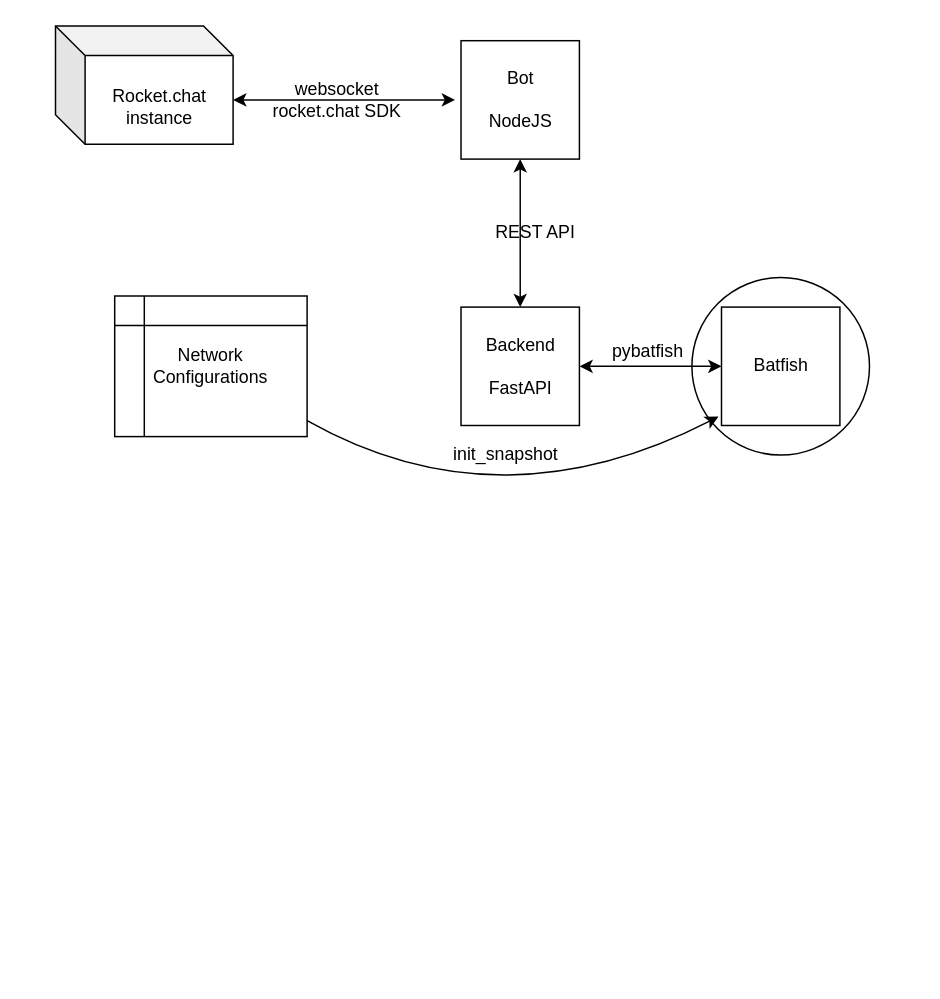
Earlier version of the draw.io diagram docs/rocket.bot.architecture.drawio (idqdq/rocket.bot). Source tidied: cells renumbered, new cells numbered last; positions are measured from the earlier drawing's top-left corner, leaving out a move shared by most shapes. Both pictures are drawn from the tidied source at 148%, with x=0, y=0 at pixel (55, 25).
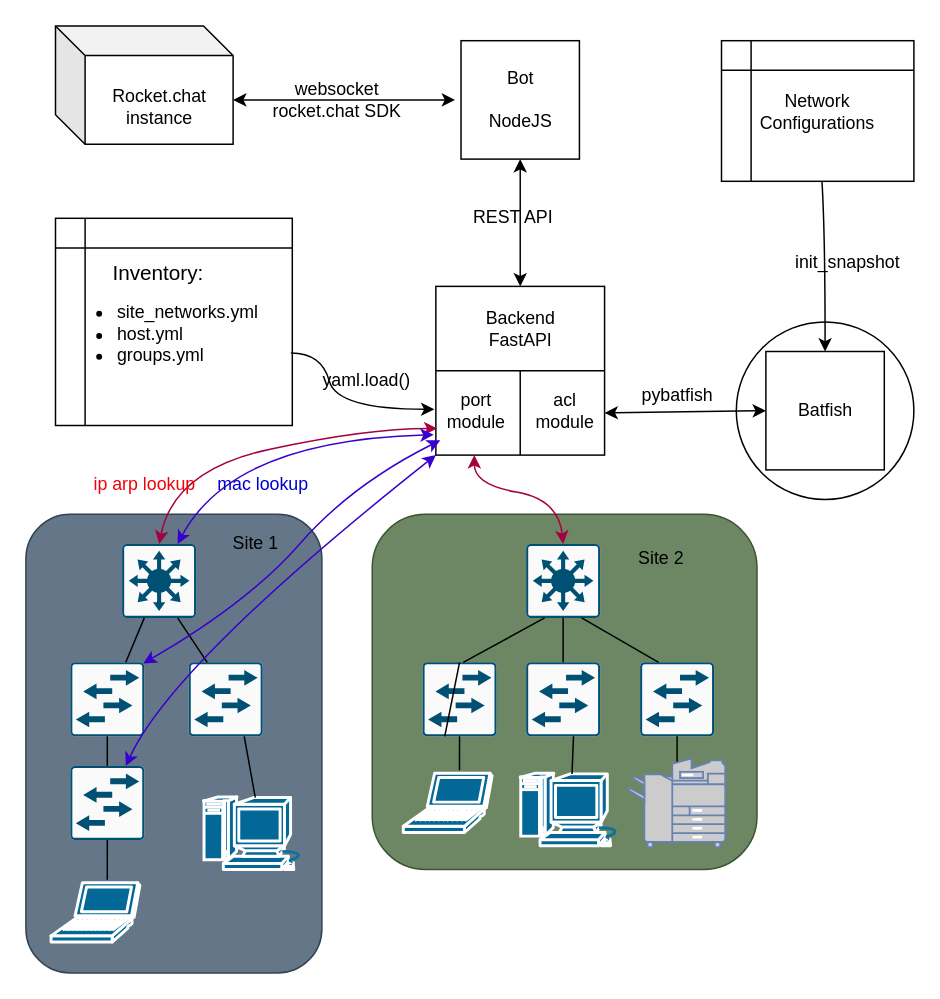
The same page after the edit.

The edit, as a diff of the source:
```diff
@@
     <mxCell id="2" style="ellipse;whiteSpace=wrap;html=1;" parent="1" vertex="1">
-      <mxGeometry x="430" y="170" width="120" height="120" as="geometry" />
+      <mxGeometry x="460" y="200" width="120" height="120" as="geometry" />
     </mxCell>
@@
     <mxCell id="4" style="whiteSpace=wrap;html=1;" parent="1" vertex="1">
-      <mxGeometry x="274" y="190" width="80" height="80" as="geometry" />
+      <mxGeometry x="257" y="176" width="114" height="114" as="geometry" />
     </mxCell>
     <mxCell id="5" style="whiteSpace=wrap;html=1;" parent="1" vertex="1">
-      <mxGeometry x="450" y="190" width="80" height="80" as="geometry" />
+      <mxGeometry x="480" y="220" width="80" height="80" as="geometry" />
     </mxCell>
@@
-    <mxCell id="7" value="&lt;div&gt;Backend&lt;/div&gt;&lt;div&gt;&lt;br&gt;&lt;/div&gt;&lt;div&gt;FastAPI&lt;br&gt;&lt;/div&gt;" style="text;html=1;align=center;verticalAlign=middle;fillColor=none;strokeColor=none;rounded=0;" parent="1" vertex="1">
-      <mxGeometry x="284" y="205" width="60" height="50" as="geometry" />
+    <mxCell id="7" value="&lt;div&gt;Backend&lt;/div&gt;&lt;div&gt;FastAPI&lt;br&gt;&lt;/div&gt;" style="text;html=1;align=center;verticalAlign=middle;fillColor=none;strokeColor=none;rounded=0;" parent="1" vertex="1">
+      <mxGeometry x="284" y="190" width="60" height="30" as="geometry" />
     </mxCell>
     <mxCell id="8" value="Batfish" style="text;html=1;align=center;verticalAlign=middle;fillColor=none;strokeColor=none;rounded=0;" parent="1" vertex="1">
-      <mxGeometry x="465" y="220" width="50" height="20" as="geometry" />
+      <mxGeometry x="495" y="250" width="50" height="20" as="geometry" />
     </mxCell>
     <mxCell id="9" value="&lt;div&gt;Network&lt;/div&gt;&lt;div&gt;Configurations&lt;br&gt;&lt;/div&gt;" style="shape=internalStorage;whiteSpace=wrap;html=1;backgroundOutline=1;" parent="1" vertex="1">
-      <mxGeometry x="40" y="182.5" width="130" height="95" as="geometry" />
+      <mxGeometry x="450" y="10" width="130" height="95" as="geometry" />
     </mxCell>
@@
-    <mxCell id="12" value="&lt;div&gt;REST API&lt;br&gt;&lt;/div&gt;" style="text;html=1;align=center;verticalAlign=middle;fillColor=none;strokeColor=none;rounded=0;" parent="1" vertex="1">
-      <mxGeometry x="289" y="130" width="70" height="20" as="geometry" />
-    </mxCell>
@@
-    <mxCell id="14" style="endArrow=classic;startArrow=classic;html=1;entryX=0;entryY=0.5;entryDx=0;entryDy=0;" parent="1" edge="1" source="4" target="5">
+    <mxCell id="14" style="endArrow=classic;startArrow=classic;html=1;entryX=0;entryY=0.5;entryDx=0;entryDy=0;exitX=1;exitY=0.75;exitDx=0;exitDy=0;" parent="1" edge="1" source="4" target="5">
       <mxGeometry relative="1" as="geometry" />
     </mxCell>
     <mxCell id="15" value="pybatfish" style="text;html=1;align=center;verticalAlign=middle;fillColor=none;strokeColor=none;rounded=0;" parent="1" vertex="1">
-      <mxGeometry x="370" y="210" width="60" height="20" as="geometry" />
+      <mxGeometry x="390" y="240" width="60" height="20" as="geometry" />
     </mxCell>
-    <mxCell id="16" style="curved=1;endArrow=classic;html=1;entryX=-0.025;entryY=0.925;entryDx=0;entryDy=0;entryPerimeter=0;" parent="1" edge="1" source="9" target="5">
+    <mxCell id="16" style="curved=1;endArrow=classic;html=1;entryX=0.5;entryY=0;entryDx=0;entryDy=0;" parent="1" edge="1" source="9" target="5">
       <mxGeometry relative="1" as="geometry">
         <Array as="points">
-          <mxPoint x="300" y="340" />
+          <mxPoint x="520" y="140" />
         </Array>
       </mxGeometry>
     </mxCell>
-    <mxCell id="17" value="init_snapshot" style="text;html=1;align=center;verticalAlign=middle;fillColor=none;strokeColor=none;rounded=0;" parent="1" vertex="1">
-      <mxGeometry x="259" y="280" width="90" height="20" as="geometry" />
+    <mxCell id="17" value="init_snapshot" style="text;html=1;align=center;verticalAlign=middle;rounded=0;rotation=0;" parent="1" vertex="1">
+      <mxGeometry x="490" y="150" width="90" height="20" as="geometry" />
     </mxCell>
@@
+    <mxCell id="20" style="endArrow=none;html=1;entryX=1;entryY=0.5;entryDx=0;entryDy=0;exitX=0;exitY=0.5;exitDx=0;exitDy=0;" parent="1" edge="1" source="4" target="4">
+      <mxGeometry relative="1" as="geometry" />
+    </mxCell>
+    <mxCell id="21" style="endArrow=none;html=1;entryX=0.5;entryY=1;entryDx=0;entryDy=0;" parent="1" edge="1" target="4">
+      <mxGeometry relative="1" as="geometry">
+        <mxPoint x="314" y="233" as="sourcePoint" />
+      </mxGeometry>
+    </mxCell>
+    <mxCell id="22" value="&lt;div&gt;port&lt;/div&gt;&lt;div&gt;module&lt;/div&gt;" style="text;html=1;align=center;verticalAlign=middle;points=[];fillColor=none;strokeColor=none;rounded=0;" parent="1" vertex="1">
+      <mxGeometry x="259" y="245" width="50" height="30" as="geometry" />
+    </mxCell>
+    <mxCell id="23" value="acl&lt;br&gt;module" style="text;html=1;align=center;verticalAlign=middle;fillColor=none;strokeColor=none;rounded=0;" parent="1" vertex="1">
+      <mxGeometry x="319" y="245" width="50" height="30" as="geometry" />
+    </mxCell>
+    <mxCell id="24" value="&lt;div&gt;&lt;div style=&quot;text-align: center&quot;&gt;&lt;span&gt;&lt;font style=&quot;font-size: 14px&quot;&gt;Inventory:&lt;/font&gt;&lt;/span&gt;&lt;/div&gt;&lt;ul&gt;&lt;li&gt;&lt;span&gt;site_networks.yml&lt;/span&gt;&lt;/li&gt;&lt;li&gt;&lt;span&gt;host.yml&lt;/span&gt;&lt;/li&gt;&lt;li&gt;&lt;span&gt;groups.yml&lt;/span&gt;&lt;/li&gt;&lt;/ul&gt;&lt;/div&gt;" style="shape=internalStorage;whiteSpace=wrap;html=1;backgroundOutline=1;align=left;" parent="1" vertex="1">
+      <mxGeometry y="130" width="160" height="140" as="geometry" />
+    </mxCell>
+    <mxCell id="12" value="&lt;div&gt;REST API&lt;br&gt;&lt;/div&gt;" style="text;html=1;align=center;verticalAlign=middle;fillColor=none;strokeColor=none;rounded=0;" parent="1" vertex="1">
+      <mxGeometry x="274" y="120" width="70" height="20" as="geometry" />
+    </mxCell>
+    <mxCell id="25" style="curved=1;endArrow=classic;html=1;entryX=-0.06;entryY=0.467;entryDx=0;entryDy=0;exitX=0.994;exitY=0.65;exitDx=0;exitDy=0;entryPerimeter=0;exitPerimeter=0;" parent="1" edge="1" source="24" target="22">
+      <mxGeometry relative="1" as="geometry">
+        <Array as="points">
+          <mxPoint x="180" y="221" />
+          <mxPoint x="190" y="259" />
+        </Array>
+      </mxGeometry>
+    </mxCell>
+    <mxCell id="26" style="group;" parent="1" vertex="1">
+      <mxGeometry x="214" y="330" width="260" height="240" as="geometry" />
+    </mxCell>
+    <mxCell id="27" style="rounded=1;whiteSpace=wrap;html=1;fillColor=#6d8764;strokeColor=#3A5431;fontColor=#ffffff;" parent="26" vertex="1">
+      <mxGeometry width="260" height="240" as="geometry" />
+    </mxCell>
+    <mxCell id="28" style="points=[[0.015,0.015,0],[0.985,0.015,0],[0.985,0.985,0],[0.015,0.985,0],[0.25,0,0],[0.5,0,0],[0.75,0,0],[1,0.25,0],[1,0.5,0],[1,0.75,0],[0.75,1,0],[0.5,1,0],[0.25,1,0],[0,0.75,0],[0,0.5,0],[0,0.25,0]];verticalLabelPosition=bottom;html=1;verticalAlign=top;align=center;shape=mxgraph.cisco19.rect;prIcon=l3_switch;fillColor=#FAFAFA;strokeColor=#005073;" parent="26" vertex="1">
+      <mxGeometry x="104" y="20" width="50" height="50" as="geometry" />
+    </mxCell>
+    <mxCell id="29" style="points=[[0.015,0.015,0],[0.985,0.015,0],[0.985,0.985,0],[0.015,0.985,0],[0.25,0,0],[0.5,0,0],[0.75,0,0],[1,0.25,0],[1,0.5,0],[1,0.75,0],[0.75,1,0],[0.5,1,0],[0.25,1,0],[0,0.75,0],[0,0.5,0],[0,0.25,0]];verticalLabelPosition=bottom;html=1;verticalAlign=top;align=center;shape=mxgraph.cisco19.rect;prIcon=l2_switch;fillColor=#FAFAFA;strokeColor=#005073;" parent="26" vertex="1">
+      <mxGeometry x="104" y="100" width="50" height="50" as="geometry" />
+    </mxCell>
+    <mxCell id="30" style="points=[[0.015,0.015,0],[0.985,0.015,0],[0.985,0.985,0],[0.015,0.985,0],[0.25,0,0],[0.5,0,0],[0.75,0,0],[1,0.25,0],[1,0.5,0],[1,0.75,0],[0.75,1,0],[0.5,1,0],[0.25,1,0],[0,0.75,0],[0,0.5,0],[0,0.25,0]];verticalLabelPosition=bottom;html=1;verticalAlign=top;align=center;shape=mxgraph.cisco19.rect;prIcon=l2_switch;fillColor=#FAFAFA;strokeColor=#005073;" parent="26" vertex="1">
+      <mxGeometry x="34" y="100" width="50" height="50" as="geometry" />
+    </mxCell>
+    <mxCell id="31" style="shape=mxgraph.cisco.computers_and_peripherals.laptop;html=1;dashed=0;fillColor=#036897;strokeColor=#ffffff;strokeWidth=2;verticalLabelPosition=bottom;verticalAlign=top;" parent="26" vertex="1">
+      <mxGeometry x="21" y="175" width="60" height="40" as="geometry" />
+    </mxCell>
+    <mxCell id="32" style="shape=mxgraph.cisco.computers_and_peripherals.macintosh;html=1;dashed=0;fillColor=#036897;strokeColor=#ffffff;strokeWidth=2;verticalLabelPosition=bottom;verticalAlign=top;" parent="26" vertex="1">
+      <mxGeometry x="100" y="175" width="70" height="49" as="geometry" />
+    </mxCell>
+    <mxCell id="33" style="endArrow=none;html=1;entryX=0.5;entryY=0;entryDx=0;entryDy=0;entryPerimeter=0;exitX=0.5;exitY=1;exitDx=0;exitDy=0;exitPerimeter=0;" parent="26" edge="1" source="28" target="29">
+      <mxGeometry relative="1" as="geometry" />
+    </mxCell>
+    <mxCell id="34" style="endArrow=none;html=1;exitX=0.75;exitY=0;exitDx=0;exitDy=0;exitPerimeter=0;entryX=0.25;entryY=1;entryDx=0;entryDy=0;entryPerimeter=0;" parent="26" edge="1" target="28">
+      <mxGeometry relative="1" as="geometry">
+        <mxPoint x="61.5" y="100" as="sourcePoint" />
+      </mxGeometry>
+    </mxCell>
+    <mxCell id="35" style="endArrow=none;html=1;exitX=0.5;exitY=0.01;exitDx=0;exitDy=0;exitPerimeter=0;entryX=0.64;entryY=1;entryDx=0;entryDy=0;entryPerimeter=0;" parent="26" edge="1" source="32" target="29">
+      <mxGeometry relative="1" as="geometry" />
+    </mxCell>
+    <mxCell id="36" style="endArrow=none;html=1;entryX=0.5;entryY=1;entryDx=0;entryDy=0;entryPerimeter=0;exitX=0.5;exitY=0;exitDx=0;exitDy=0;exitPerimeter=0;" parent="26" edge="1" source="30">
+      <mxGeometry relative="1" as="geometry">
+        <mxPoint x="49" y="150" as="targetPoint" />
+      </mxGeometry>
+    </mxCell>
+    <mxCell id="37" style="endArrow=none;html=1;entryX=0.633;entryY=-0.05;entryDx=0;entryDy=0;entryPerimeter=0;exitX=0.5;exitY=1;exitDx=0;exitDy=0;exitPerimeter=0;" parent="26" edge="1" source="30" target="31">
+      <mxGeometry relative="1" as="geometry" />
+    </mxCell>
+    <mxCell id="38" value="&lt;div&gt;Site 2&lt;/div&gt;" style="text;html=1;align=center;verticalAlign=middle;fillColor=none;strokeColor=none;rounded=0;" parent="26" vertex="1">
+      <mxGeometry x="170" y="20" width="50" height="20" as="geometry" />
+    </mxCell>
+    <mxCell id="39" style="points=[[0.015,0.015,0],[0.985,0.015,0],[0.985,0.985,0],[0.015,0.985,0],[0.25,0,0],[0.5,0,0],[0.75,0,0],[1,0.25,0],[1,0.5,0],[1,0.75,0],[0.75,1,0],[0.5,1,0],[0.25,1,0],[0,0.75,0],[0,0.5,0],[0,0.25,0]];verticalLabelPosition=bottom;html=1;verticalAlign=top;align=center;shape=mxgraph.cisco19.rect;prIcon=l2_switch;fillColor=#FAFAFA;strokeColor=#005073;" parent="26" vertex="1">
+      <mxGeometry x="181" y="100" width="50" height="50" as="geometry" />
+    </mxCell>
+    <mxCell id="40" style="endArrow=none;html=1;exitX=0.5;exitY=0.04;exitDx=0;exitDy=0;exitPerimeter=0;entryX=0.5;entryY=1;entryDx=0;entryDy=0;entryPerimeter=0;" parent="26" edge="1" source="41" target="39">
+      <mxGeometry relative="1" as="geometry" />
+    </mxCell>
+    <mxCell id="41" style="fontColor=#0066CC;verticalAlign=top;verticalLabelPosition=bottom;labelPosition=center;align=center;html=1;outlineConnect=0;fillColor=#CCCCCC;strokeColor=#6881B3;gradientColor=none;gradientDirection=north;strokeWidth=2;shape=mxgraph.networks.copier;" parent="26" vertex="1">
+      <mxGeometry x="173.5" y="165" width="65" height="60" as="geometry" />
+    </mxCell>
+    <mxCell id="42" style="endArrow=none;html=1;exitX=0.75;exitY=1;exitDx=0;exitDy=0;exitPerimeter=0;entryX=0.25;entryY=0;entryDx=0;entryDy=0;entryPerimeter=0;" parent="26" edge="1" source="28" target="39">
+      <mxGeometry relative="1" as="geometry" />
+    </mxCell>
+    <mxCell id="43" style="group;" parent="1" vertex="1">
+      <mxGeometry x="-20" y="330" width="200" height="310" as="geometry" />
+    </mxCell>
+    <mxCell id="44" style="group;" parent="43" vertex="1">
+      <mxGeometry width="200" height="310" as="geometry" />
+    </mxCell>
+    <mxCell id="45" style="group;" parent="44" vertex="1">
+      <mxGeometry width="200" height="310" as="geometry" />
+    </mxCell>
+    <mxCell id="46" style="rounded=1;whiteSpace=wrap;html=1;fillColor=#647687;strokeColor=#314354;fontColor=#ffffff;" parent="45" vertex="1">
+      <mxGeometry width="200" height="310" as="geometry" />
+    </mxCell>
+    <mxCell id="47" style="points=[[0.015,0.015,0],[0.985,0.015,0],[0.985,0.985,0],[0.015,0.985,0],[0.25,0,0],[0.5,0,0],[0.75,0,0],[1,0.25,0],[1,0.5,0],[1,0.75,0],[0.75,1,0],[0.5,1,0],[0.25,1,0],[0,0.75,0],[0,0.5,0],[0,0.25,0]];verticalLabelPosition=bottom;html=1;verticalAlign=top;align=center;shape=mxgraph.cisco19.rect;prIcon=l3_switch;fillColor=#FAFAFA;strokeColor=#005073;" parent="45" vertex="1">
+      <mxGeometry x="65" y="20" width="50" height="50" as="geometry" />
+    </mxCell>
+    <mxCell id="48" style="points=[[0.015,0.015,0],[0.985,0.015,0],[0.985,0.985,0],[0.015,0.985,0],[0.25,0,0],[0.5,0,0],[0.75,0,0],[1,0.25,0],[1,0.5,0],[1,0.75,0],[0.75,1,0],[0.5,1,0],[0.25,1,0],[0,0.75,0],[0,0.5,0],[0,0.25,0]];verticalLabelPosition=bottom;html=1;verticalAlign=top;align=center;shape=mxgraph.cisco19.rect;prIcon=l2_switch;fillColor=#FAFAFA;strokeColor=#005073;" parent="45" vertex="1">
+      <mxGeometry x="30" y="100" width="50" height="50" as="geometry" />
+    </mxCell>
+    <mxCell id="49" style="points=[[0.015,0.015,0],[0.985,0.015,0],[0.985,0.985,0],[0.015,0.985,0],[0.25,0,0],[0.5,0,0],[0.75,0,0],[1,0.25,0],[1,0.5,0],[1,0.75,0],[0.75,1,0],[0.5,1,0],[0.25,1,0],[0,0.75,0],[0,0.5,0],[0,0.25,0]];verticalLabelPosition=bottom;html=1;verticalAlign=top;align=center;shape=mxgraph.cisco19.rect;prIcon=l2_switch;fillColor=#FAFAFA;strokeColor=#005073;" parent="45" vertex="1">
+      <mxGeometry x="110" y="100" width="50" height="50" as="geometry" />
+    </mxCell>
+    <mxCell id="50" style="points=[[0.015,0.015,0],[0.985,0.015,0],[0.985,0.985,0],[0.015,0.985,0],[0.25,0,0],[0.5,0,0],[0.75,0,0],[1,0.25,0],[1,0.5,0],[1,0.75,0],[0.75,1,0],[0.5,1,0],[0.25,1,0],[0,0.75,0],[0,0.5,0],[0,0.25,0]];verticalLabelPosition=bottom;html=1;verticalAlign=top;align=center;shape=mxgraph.cisco19.rect;prIcon=l2_switch;fillColor=#FAFAFA;strokeColor=#005073;" parent="45" vertex="1">
+      <mxGeometry x="30" y="170" width="50" height="50" as="geometry" />
+    </mxCell>
+    <mxCell id="51" style="shape=mxgraph.cisco.computers_and_peripherals.laptop;html=1;dashed=0;fillColor=#036897;strokeColor=#ffffff;strokeWidth=2;verticalLabelPosition=bottom;verticalAlign=top;" parent="45" vertex="1">
+      <mxGeometry x="17" y="249" width="60" height="40" as="geometry" />
+    </mxCell>
+    <mxCell id="52" style="shape=mxgraph.cisco.computers_and_peripherals.macintosh;html=1;dashed=0;fillColor=#036897;strokeColor=#ffffff;strokeWidth=2;verticalLabelPosition=bottom;verticalAlign=top;" parent="45" vertex="1">
+      <mxGeometry x="120" y="191" width="70" height="49" as="geometry" />
+    </mxCell>
+    <mxCell id="53" style="endArrow=none;html=1;entryX=0.25;entryY=0;entryDx=0;entryDy=0;entryPerimeter=0;exitX=0.75;exitY=1;exitDx=0;exitDy=0;exitPerimeter=0;" parent="45" edge="1" source="47" target="49">
+      <mxGeometry relative="1" as="geometry" />
+    </mxCell>
+    <mxCell id="54" style="endArrow=none;html=1;exitX=0.75;exitY=0;exitDx=0;exitDy=0;exitPerimeter=0;" parent="45" edge="1" source="48">
+      <mxGeometry relative="1" as="geometry">
+        <mxPoint x="80" y="70" as="targetPoint" />
+      </mxGeometry>
+    </mxCell>
+    <mxCell id="55" style="endArrow=none;html=1;exitX=0.5;exitY=0.01;exitDx=0;exitDy=0;exitPerimeter=0;entryX=0.75;entryY=1;entryDx=0;entryDy=0;entryPerimeter=0;" parent="45" edge="1" source="52" target="49">
+      <mxGeometry relative="1" as="geometry" />
+    </mxCell>
+    <mxCell id="56" style="endArrow=none;html=1;entryX=0.5;entryY=1;entryDx=0;entryDy=0;entryPerimeter=0;exitX=0.5;exitY=0;exitDx=0;exitDy=0;exitPerimeter=0;" parent="45" edge="1" source="50" target="48">
+      <mxGeometry relative="1" as="geometry" />
+    </mxCell>
+    <mxCell id="57" style="endArrow=none;html=1;entryX=0.633;entryY=-0.05;entryDx=0;entryDy=0;entryPerimeter=0;exitX=0.5;exitY=1;exitDx=0;exitDy=0;exitPerimeter=0;" parent="45" edge="1" source="50" target="51">
+      <mxGeometry relative="1" as="geometry" />
+    </mxCell>
+    <mxCell id="58" value="&lt;div&gt;Site 1&lt;/div&gt;" style="text;html=1;align=center;verticalAlign=middle;fillColor=none;strokeColor=none;rounded=0;" parent="45" vertex="1">
+      <mxGeometry x="130" y="10" width="50" height="20" as="geometry" />
+    </mxCell>
+    <mxCell id="59" style="curved=1;endArrow=classic;html=1;exitX=0.5;exitY=0;exitDx=0;exitDy=0;exitPerimeter=0;startArrow=classic;startFill=1;fillColor=#d80073;strokeColor=#A50040;" parent="1" edge="1" source="28">
+      <mxGeometry relative="1" as="geometry">
+        <mxPoint x="283" y="290" as="targetPoint" />
+        <Array as="points">
+          <mxPoint x="340" y="320" />
+          <mxPoint x="283" y="310" />
+        </Array>
+      </mxGeometry>
+    </mxCell>
+    <mxCell id="60" style="curved=1;endArrow=classic;html=1;exitX=0.5;exitY=0;exitDx=0;exitDy=0;exitPerimeter=0;entryX=-0.02;entryY=0.9;entryDx=0;entryDy=0;entryPerimeter=0;startArrow=classic;startFill=1;fillColor=#d80073;strokeColor=#A50040;" parent="1" edge="1" source="47" target="22">
+      <mxGeometry relative="1" as="geometry">
+        <Array as="points">
+          <mxPoint x="80" y="300" />
+          <mxPoint x="210" y="272" />
+        </Array>
+      </mxGeometry>
+    </mxCell>
+    <mxCell id="61" style="curved=1;endArrow=classic;html=1;exitX=0.985;exitY=0.015;exitDx=0;exitDy=0;exitPerimeter=0;startArrow=classic;startFill=1;fillColor=#6a00ff;strokeColor=#3700CC;" parent="1" edge="1" source="48">
+      <mxGeometry relative="1" as="geometry">
+        <mxPoint x="260" y="280" as="targetPoint" />
+        <Array as="points">
+          <mxPoint x="130" y="390" />
+          <mxPoint x="200" y="310" />
+        </Array>
+      </mxGeometry>
+    </mxCell>
+    <mxCell id="62" style="curved=1;endArrow=classic;html=1;exitX=0.75;exitY=0;exitDx=0;exitDy=0;exitPerimeter=0;startArrow=classic;startFill=1;entryX=0;entryY=1;entryDx=0;entryDy=0;fillColor=#6a00ff;strokeColor=#3700CC;" parent="1" edge="1" source="50" target="4">
+      <mxGeometry relative="1" as="geometry">
+        <Array as="points">
+          <mxPoint x="80" y="430" />
+        </Array>
+      </mxGeometry>
+    </mxCell>
+    <mxCell id="63" style="curved=1;endArrow=classic;html=1;exitX=0.75;exitY=0;exitDx=0;exitDy=0;exitPerimeter=0;startArrow=classic;startFill=1;entryX=-0.013;entryY=0.879;entryDx=0;entryDy=0;fillColor=#6a00ff;strokeColor=#3700CC;entryPerimeter=0;" parent="1" edge="1" source="47" target="4">
+      <mxGeometry relative="1" as="geometry">
+        <Array as="points">
+          <mxPoint x="120" y="280" />
+        </Array>
+      </mxGeometry>
+    </mxCell>
+    <mxCell id="64" value="yaml.load()" style="text;html=1;align=center;verticalAlign=middle;fillColor=none;strokeColor=none;rounded=0;" parent="1" vertex="1">
+      <mxGeometry x="175" y="230" width="70" height="20" as="geometry" />
+    </mxCell>
+    <mxCell id="65" value="ip arp lookup" style="text;html=1;align=center;verticalAlign=middle;rounded=0;fontColor=#F0020A;" parent="1" vertex="1">
+      <mxGeometry x="20" y="300" width="80" height="20" as="geometry" />
+    </mxCell>
+    <mxCell id="66" value="mac lookup" style="text;html=1;align=center;verticalAlign=middle;rounded=0;fontColor=#0000CC;" parent="1" vertex="1">
+      <mxGeometry x="100" y="300" width="80" height="20" as="geometry" />
+    </mxCell>
```
